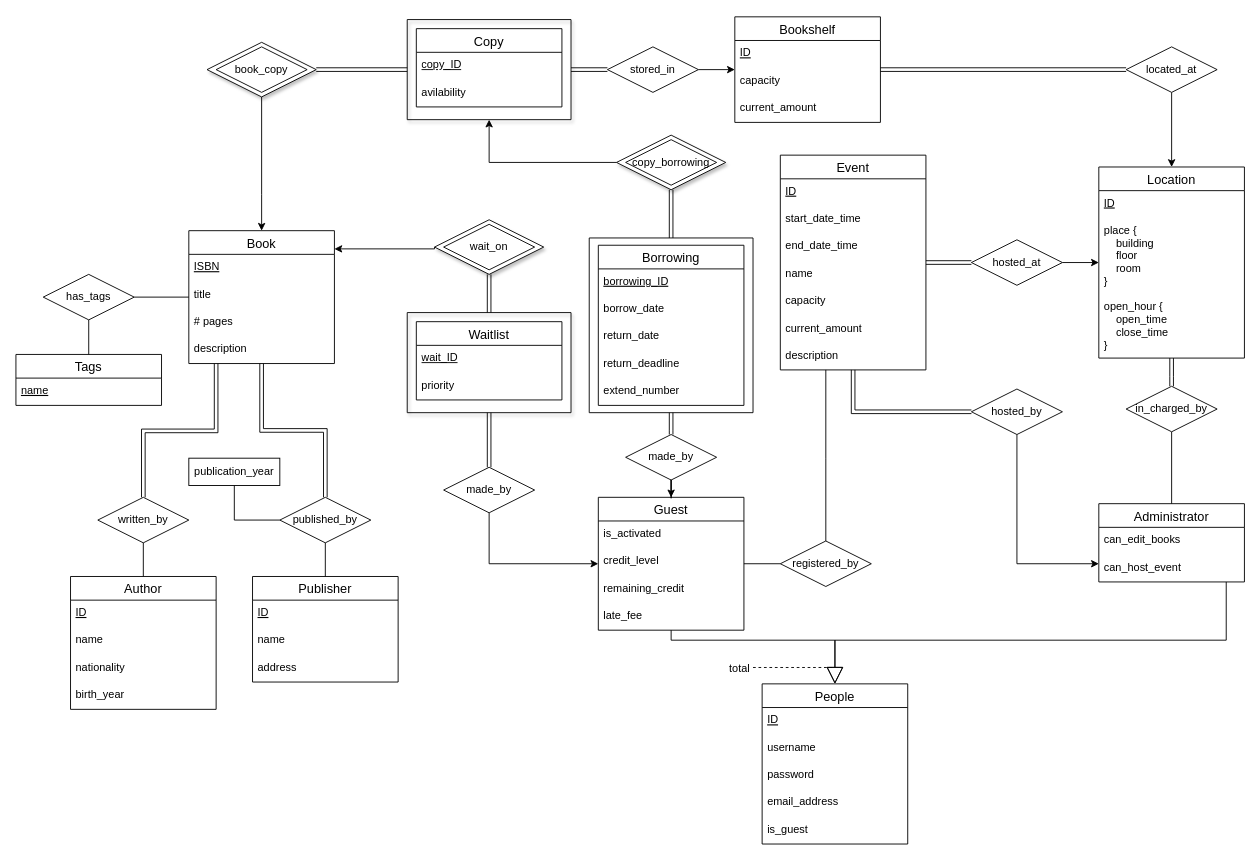
The draw.io diagram schema/er_diagram/ER_diagram_draft.drawio in Kassaking7/eLibraryManagementSystem, before the edit. Source tidied: cells renumbered, new cells numbered last; positions are measured from the earlier drawing's top-left corner, leaving out a move shared by most shapes. Both pictures are drawn from the tidied source at 91%, with x=0, y=0 at pixel (15, 16).
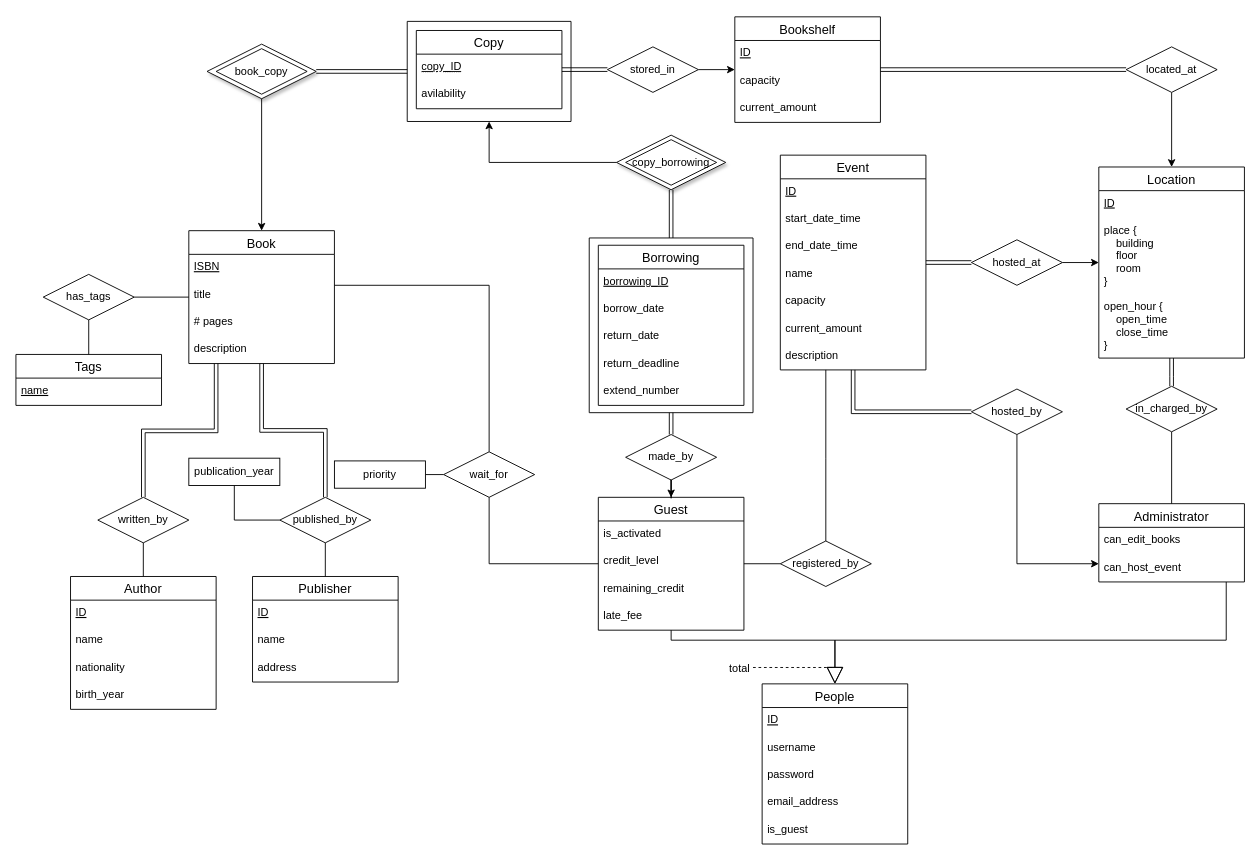
Above is the later version.

Unchanged cells that the change refers to:
```xml
<mxCell id="3" style="rhombus;whiteSpace=wrap;html=1;shadow=1;" parent="1" vertex="1">
  <mxGeometry x="660" y="130" width="120" height="60" as="geometry" />
</mxCell>
<mxCell id="4" value="Book" style="swimlane;fontStyle=0;horizontal=1;startSize=26;align=center;fontSize=14;" parent="1" vertex="1">
  <mxGeometry x="190" y="235" width="160" height="146" as="geometry" />
</mxCell>
<mxCell id="19" value="stored_in" style="rhombus;whiteSpace=wrap;html=1;" parent="1" vertex="1">
  <mxGeometry x="650" y="33" width="100" height="50" as="geometry" />
</mxCell>
<mxCell id="36" value="Guest" style="swimlane;fontStyle=0;horizontal=1;startSize=26;align=center;fontSize=14;" parent="1" vertex="1">
  <mxGeometry x="640" y="528" width="160" height="146" as="geometry" />
</mxCell>
```

What changed in the source:
```diff
@@
-    <mxCell id="2" style="rhombus;whiteSpace=wrap;html=1;shadow=1;" parent="1" vertex="1">
-      <mxGeometry x="460" y="223" width="120" height="60" as="geometry" />
-    </mxCell>
+    <mxCell id="114" style="rhombus;whiteSpace=wrap;html=1;shadow=1;" parent="1" vertex="1">
+      <mxGeometry x="210" y="30" width="120" height="60" as="geometry" />
+    </mxCell>
@@
-    <mxCell id="17" style="edgeStyle=orthogonalEdgeStyle;shape=link;rounded=0;jettySize=auto;html=1;exitX=0;exitY=0.5;exitDx=0;exitDy=0;" parent="1" edge="1" source="19" target="74">
+    <mxCell id="17" style="edgeStyle=orthogonalEdgeStyle;shape=link;rounded=0;jettySize=auto;html=1;exitX=0;exitY=0.5;exitDx=0;exitDy=0;" parent="1" edge="1" source="19" target="71">
       <mxGeometry relative="1" as="geometry" />
     </mxCell>
@@
-    <mxCell id="65" style="endArrow=none;html=1;rounded=0;edgeStyle=orthogonalEdgeStyle;startArrow=classic;startFill=1;" parent="1" edge="1" source="74" target="3">
+    <mxCell id="65" style="endArrow=none;html=1;rounded=0;edgeStyle=orthogonalEdgeStyle;startArrow=classic;startFill=1;" parent="1" edge="1" source="116" target="3">
       <mxGeometry relative="1" as="geometry">
         <Array as="points">
           <mxPoint x="520" y="160" />
         </Array>
       </mxGeometry>
     </mxCell>
@@
     <mxCell id="71" value="Copy" style="swimlane;fontStyle=0;horizontal=1;startSize=26;align=center;fontSize=14;" parent="1" vertex="1">
-      <mxGeometry x="440" y="13" width="160" height="86" as="geometry" />
+      <mxGeometry x="440" y="15" width="160" height="86" as="geometry" />
     </mxCell>
@@
-    <mxCell id="74" style="swimlane;startSize=0;shadow=1;" parent="1" vertex="1">
-      <mxGeometry x="430" y="3" width="180" height="110" as="geometry" />
-    </mxCell>
-    <mxCell id="75" style="edgeStyle=orthogonalEdgeStyle;rounded=0;jettySize=auto;html=1;exitX=1;exitY=0.5;exitDx=0;exitDy=0;shape=link;" parent="1" edge="1" source="77" target="74">
+    <mxCell id="75" style="edgeStyle=orthogonalEdgeStyle;rounded=0;jettySize=auto;html=1;shape=link;entryX=0;entryY=0.5;entryDx=0;entryDy=0;exitX=1;exitY=0.5;exitDx=0;exitDy=0;" parent="1" edge="1" source="114" target="116">
       <mxGeometry relative="1" as="geometry" />
     </mxCell>
-    <mxCell id="76" style="edgeStyle=orthogonalEdgeStyle;rounded=0;jettySize=auto;html=1;exitX=0.5;exitY=1;exitDx=0;exitDy=0;" parent="1" edge="1" source="77" target="4">
-      <mxGeometry relative="1" as="geometry">
-        <Array as="points">
-          <mxPoint x="270" y="195" />
-          <mxPoint x="270" y="195" />
-        </Array>
-      </mxGeometry>
+    <mxCell id="76" style="edgeStyle=orthogonalEdgeStyle;rounded=0;jettySize=auto;html=1;exitX=0.5;exitY=1;exitDx=0;exitDy=0;" parent="1" edge="1" source="114" target="4">
+      <mxGeometry relative="1" as="geometry" />
     </mxCell>
-    <mxCell id="77" style="rhombus;whiteSpace=wrap;html=1;shadow=1;" parent="1" vertex="1">
-      <mxGeometry x="210" y="28" width="120" height="60" as="geometry" />
-    </mxCell>
     <mxCell id="78" value="book_copy" style="rhombus;whiteSpace=wrap;html=1;" parent="1" vertex="1">
-      <mxGeometry x="220" y="33" width="100" height="50" as="geometry" />
+      <mxGeometry x="220" y="35" width="100" height="50" as="geometry" />
     </mxCell>
@@
-    <mxCell id="93" value="Waitlist" style="swimlane;fontStyle=0;horizontal=1;startSize=26;align=center;fontSize=14;" parent="1" vertex="1">
-      <mxGeometry x="440" y="335" width="160" height="86" as="geometry" />
-    </mxCell>
-    <mxCell id="94" value="&lt;u style=&quot;text-decoration:underline dotted;text-underline-position:under&quot;&gt;wait_ID&lt;/u&gt;" style="text;strokeColor=none;fillColor=none;spacingLeft=4;spacingRight=4;overflow=hidden;fontSize=12;fontStyle=4;html=1;" parent="93" vertex="1">
-      <mxGeometry y="26" width="160" height="30" as="geometry" />
-    </mxCell>
-    <mxCell id="95" value="priority" style="text;strokeColor=none;fillColor=none;spacingLeft=4;spacingRight=4;overflow=hidden;points=[[0,0.5],[1,0.5]];portConstraint=eastwest;fontSize=12;" parent="93" vertex="1">
-      <mxGeometry y="56" width="160" height="30" as="geometry" />
-    </mxCell>
-    <mxCell id="96" style="swimlane;startSize=0;shadow=1;" parent="1" vertex="1">
-      <mxGeometry x="430" y="325" width="180" height="110" as="geometry" />
-    </mxCell>
-    <mxCell id="97" style="edgeStyle=orthogonalEdgeStyle;rounded=0;jettySize=auto;html=1;exitX=0.5;exitY=1;exitDx=0;exitDy=0;" parent="1" edge="1" source="99" target="36">
+    <mxCell id="97" style="edgeStyle=orthogonalEdgeStyle;rounded=0;jettySize=auto;html=1;exitX=0.5;exitY=1;exitDx=0;exitDy=0;endArrow=none;endFill=0;" parent="1" edge="1" source="99" target="36">
       <mxGeometry relative="1" as="geometry" />
     </mxCell>
-    <mxCell id="98" style="edgeStyle=orthogonalEdgeStyle;rounded=0;jettySize=auto;html=1;exitX=0.5;exitY=0;exitDx=0;exitDy=0;shape=link;" parent="1" edge="1" source="99" target="96">
-      <mxGeometry relative="1" as="geometry" />
+    <mxCell id="98" style="edgeStyle=orthogonalEdgeStyle;rounded=0;jettySize=auto;html=1;exitX=0.5;exitY=0;exitDx=0;exitDy=0;endArrow=none;endFill=0;" parent="1" edge="1" source="99" target="4">
+      <mxGeometry relative="1" as="geometry">
+        <Array as="points">
+          <mxPoint x="520" y="295" />
+        </Array>
+      </mxGeometry>
     </mxCell>
+    <mxCell id="115" style="edgeStyle=orthogonalEdgeStyle;html=1;exitX=0;exitY=0.5;exitDx=0;exitDy=0;endArrow=none;endFill=0;" parent="1" edge="1" source="99" target="95">
+      <mxGeometry relative="1" as="geometry" />
+    </mxCell>
-    <mxCell id="99" value="made_by" style="rhombus;whiteSpace=wrap;html=1;" parent="1" vertex="1">
-      <mxGeometry x="470" y="495" width="100" height="50" as="geometry" />
+    <mxCell id="99" value="wait_for" style="rhombus;whiteSpace=wrap;html=1;" parent="1" vertex="1">
+      <mxGeometry x="470" y="478" width="100" height="50" as="geometry" />
     </mxCell>
-    <mxCell id="100" style="edgeStyle=orthogonalEdgeStyle;shape=link;rounded=0;jettySize=auto;html=1;" parent="1" edge="1" source="2" target="96">
-      <mxGeometry relative="1" as="geometry" />
-    </mxCell>
-    <mxCell id="101" style="edgeStyle=orthogonalEdgeStyle;rounded=0;jettySize=auto;html=1;exitX=0;exitY=0.5;exitDx=0;exitDy=0;" parent="1" edge="1" source="2" target="4">
-      <mxGeometry relative="1" as="geometry">
-        <Array as="points">
-          <mxPoint x="460" y="255" />
-        </Array>
-      </mxGeometry>
-    </mxCell>
-    <mxCell id="102" value="wait_on" style="rhombus;whiteSpace=wrap;html=1;" parent="1" vertex="1">
-      <mxGeometry x="470" y="228" width="100" height="50" as="geometry" />
-    </mxCell>
@@
+    <mxCell id="116" style="swimlane;startSize=0;" parent="1" vertex="1">
+      <mxGeometry x="430" y="5" width="180" height="110" as="geometry" />
+    </mxCell>
+    <mxCell id="95" value="priority" style="rounded=0;whiteSpace=wrap;html=1;" parent="1" vertex="1">
+      <mxGeometry x="350" y="488" width="100" height="30" as="geometry" />
+    </mxCell>
```
